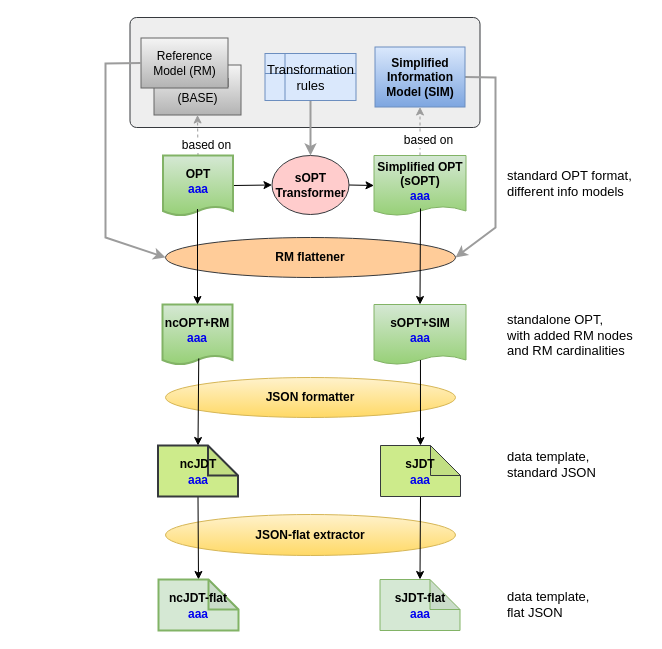
The draw.io diagram docs/json_simplified_template/diagrams/simplified_template_definition.drawio in openEHR/specifications-ITS-REST, before the edit. Source tidied: cells renumbered, new cells numbered last; positions are measured from the earlier drawing's top-left corner, leaving out a move shared by most shapes. Both pictures are drawn from the tidied source at 100%, with x=0, y=0 at pixel (105, 17).
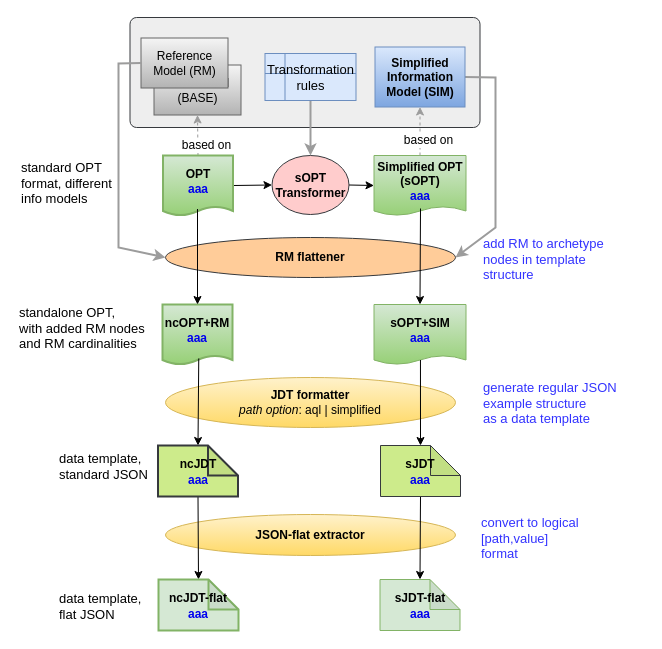
The same diagram, later.

Commit message (it also covers changes not shown here):
Updates to diagram and text.

The change refers to these unchanged cells:
```xml
<mxCell id="4" value="Reference Model (RM)" style="rounded=0;whiteSpace=wrap;html=1;gradientColor=#b3b3b3;fillColor=#f5f5f5;strokeColor=#666666;" parent="1" vertex="1">
  <mxGeometry x="35.5" y="20.5" width="87" height="50" as="geometry" />
</mxCell>
<mxCell id="22" value="RM flattener" style="ellipse;whiteSpace=wrap;html=1;fillColor=#ffcc99;strokeColor=#36393d;fontStyle=1;" parent="1" vertex="1">
  <mxGeometry x="60" y="220" width="290" height="40" as="geometry" />
</mxCell>
```

Change to the diagram source:
```diff
@@
-    <mxCell id="15" value="JSON formatter" style="ellipse;whiteSpace=wrap;html=1;fillColor=#fff2cc;strokeColor=#d6b656;fontStyle=1;gradientColor=#ffd966;" parent="1" vertex="1">
-      <mxGeometry x="60" y="360" width="290" height="40" as="geometry" />
+    <mxCell id="15" value="JDT formatter&lt;br&gt;&lt;span style=&quot;font-weight: normal&quot;&gt;&lt;i&gt;path option&lt;/i&gt;: aql | simplified&lt;/span&gt;" style="ellipse;whiteSpace=wrap;html=1;fillColor=#fff2cc;strokeColor=#d6b656;fontStyle=1;gradientColor=#ffd966;" parent="1" vertex="1">
+      <mxGeometry x="60" y="360" width="290" height="50" as="geometry" />
     </mxCell>
@@
-    <mxCell id="29" value="standard OPT format, &lt;br&gt;different info models" style="text;html=1;align=left;verticalAlign=top;spacingTop=-4;fontSize=13;" parent="1" vertex="1">
-      <mxGeometry x="400" y="148" width="140" height="30" as="geometry" />
+    <mxCell id="29" value="standard OPT&lt;br&gt;format, different&lt;br&gt;info models" style="text;html=1;align=left;verticalAlign=top;spacingTop=-4;fontSize=13;" parent="1" vertex="1">
+      <mxGeometry x="-86" y="139.5" width="110" height="50" as="geometry" />
     </mxCell>
     <mxCell id="30" value="standalone OPT, &lt;br&gt;with added RM nodes&lt;br&gt;and RM cardinalities" style="text;html=1;align=left;verticalAlign=top;spacingTop=-4;fontSize=13;" parent="1" vertex="1">
-      <mxGeometry x="400" y="292" width="140" height="50" as="geometry" />
+      <mxGeometry x="-88" y="285" width="140" height="50" as="geometry" />
     </mxCell>
     <mxCell id="31" value="data template,&amp;nbsp;&lt;br&gt;standard JSON" style="text;html=1;align=left;verticalAlign=top;spacingTop=-4;fontSize=13;" parent="1" vertex="1">
-      <mxGeometry x="400" y="429" width="100" height="30" as="geometry" />
+      <mxGeometry x="-48" y="430.5" width="100" height="30" as="geometry" />
     </mxCell>
     <mxCell id="32" value="data template,&amp;nbsp;&lt;br&gt;flat JSON" style="text;html=1;align=left;verticalAlign=top;spacingTop=-4;fontSize=13;" parent="1" vertex="1">
-      <mxGeometry x="400" y="569" width="100" height="30" as="geometry" />
+      <mxGeometry x="-48" y="570.5" width="100" height="30" as="geometry" />
     </mxCell>
     <mxCell id="33" style="edgeStyle=none;rounded=0;jettySize=auto;html=1;exitX=0;exitY=0.5;exitDx=0;exitDy=0;entryX=0;entryY=0.5;entryDx=0;entryDy=0;startArrow=none;startFill=0;endArrow=classic;endFill=1;strokeColor=#9C9C9C;strokeWidth=2;fontSize=13;" parent="1" edge="1" source="4" target="22">
       <mxGeometry relative="1" as="geometry">
         <Array as="points">
-          <mxPoint y="46" />
-          <mxPoint y="220" />
+          <mxPoint x="13" y="46" />
+          <mxPoint x="13" y="230" />
         </Array>
       </mxGeometry>
     </mxCell>
@@
+    <mxCell id="38" value="add RM to archetype &lt;br&gt;nodes in template&lt;br&gt;structure" style="text;html=1;align=left;verticalAlign=top;spacingTop=-4;fontSize=13;fontColor=#3333FF;" parent="1" vertex="1">
+      <mxGeometry x="376" y="216" width="140" height="50" as="geometry" />
+    </mxCell>
+    <mxCell id="39" value="generate regular JSON&lt;br&gt;example structure&amp;nbsp;&lt;br&gt;as a data template" style="text;html=1;align=left;verticalAlign=top;spacingTop=-4;fontSize=13;fontColor=#3333FF;" parent="1" vertex="1">
+      <mxGeometry x="376" y="360" width="150" height="50" as="geometry" />
+    </mxCell>
+    <mxCell id="40" value="convert to logical &lt;br&gt;[path,value]&lt;br&gt;format" style="text;html=1;align=left;verticalAlign=top;spacingTop=-4;fontSize=13;fontColor=#3333FF;" parent="1" vertex="1">
+      <mxGeometry x="374" y="495" width="120" height="50" as="geometry" />
+    </mxCell>
```
